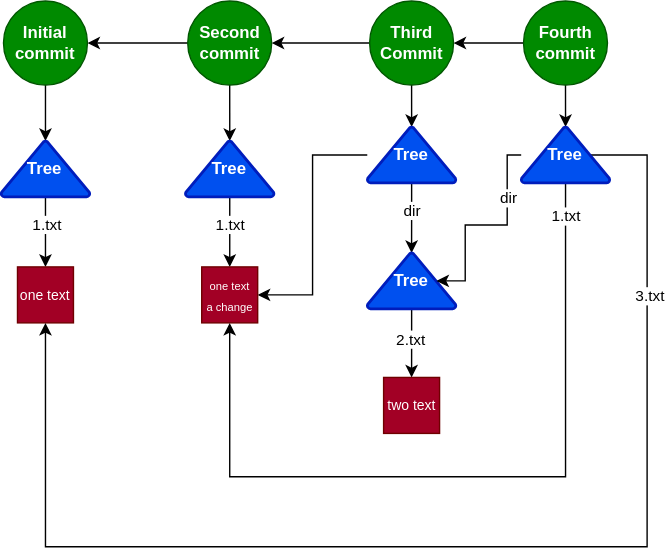
gbroques/git-internals-presentation keeps this draw.io diagram as img/fourthcommit.svg. Above is the earlier version. Source tidied: cells renumbered, new cells last; positions are measured from the earlier drawing's top-left corner, leaving out a move shared by most shapes.
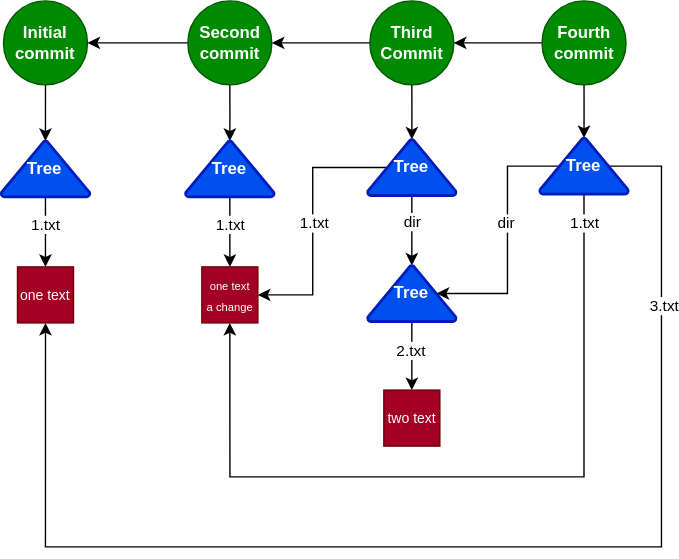
After the change.

Change to the diagram source:
```diff
@@ -19,11 +19,11 @@
         <mxPoint x="-6" y="-6" as="offset" />
       </mxGeometry>
     </mxCell>
-    <mxCell id="7" style="edgeStyle=orthogonalEdgeStyle;rounded=0;jettySize=auto;html=1;entryX=1;entryY=0.5;entryDx=0;entryDy=0;" parent="1" edge="1" source="8" target="25">
+    <mxCell id="7" style="edgeStyle=orthogonalEdgeStyle;rounded=0;jettySize=auto;html=1;entryX=1;entryY=0.5;entryDx=0;entryDy=0;exitX=0.22;exitY=0.5;exitDx=0;exitDy=0;exitPerimeter=0;" parent="1" edge="1" source="8" target="25">
       <mxGeometry relative="1" as="geometry" />
     </mxCell>
     <mxCell id="8" value="Tree" style="strokeWidth=2;html=1;shape=mxgraph.flowchart.extract_or_measurement;whiteSpace=wrap;fillColor=#0050ef;strokeColor=#001DBC;fontColor=#ffffff;fontStyle=1;" parent="1" vertex="1">
-      <mxGeometry x="262" y="90" width="63.3" height="40" as="geometry" />
+      <mxGeometry x="262" y="99" width="63.3" height="40" as="geometry" />
     </mxCell>
     <mxCell id="9" style="edgeStyle=orthogonalEdgeStyle;rounded=0;jettySize=auto;html=1;entryX=0.5;entryY=0;entryDx=0;entryDy=0;" parent="1" edge="1" source="11" target="12">
       <mxGeometry relative="1" as="geometry" />
@@ -34,10 +34,10 @@
       </mxGeometry>
     </mxCell>
     <mxCell id="11" value="Tree" style="strokeWidth=2;html=1;shape=mxgraph.flowchart.extract_or_measurement;whiteSpace=wrap;fillColor=#0050ef;strokeColor=#001DBC;fontColor=#ffffff;fontStyle=1;" parent="1" vertex="1">
-      <mxGeometry x="262" y="180" width="63.3" height="40" as="geometry" />
+      <mxGeometry x="262" y="189" width="63.3" height="40" as="geometry" />
     </mxCell>
     <mxCell id="12" value="&lt;span style=&quot;font-weight: normal&quot;&gt;&lt;font style=&quot;font-size: 10px&quot;&gt;two text&lt;/font&gt;&lt;/span&gt;" style="whiteSpace=wrap;html=1;fillColor=#a20025;strokeColor=#6F0000;fontColor=#ffffff;fontStyle=1;" parent="1" vertex="1">
-      <mxGeometry x="273.7" y="269" width="40" height="40" as="geometry" />
+      <mxGeometry x="273.7" y="278" width="40" height="40" as="geometry" />
     </mxCell>
     <mxCell id="13" style="edgeStyle=orthogonalEdgeStyle;rounded=0;jettySize=auto;html=1;" parent="1" edge="1" source="14" target="17">
       <mxGeometry relative="1" as="geometry" />
@@ -89,52 +89,55 @@
       <mxGeometry relative="1" as="geometry" />
     </mxCell>
     <mxCell id="28" value="Fourth commit" style="ellipse;whiteSpace=wrap;html=1;fillColor=#008a00;strokeColor=#005700;fontColor=#ffffff;fontStyle=1;" parent="1" vertex="1">
-      <mxGeometry x="373.7" width="60" height="60" as="geometry" />
+      <mxGeometry x="386.7" width="60" height="60" as="geometry" />
     </mxCell>
-    <mxCell id="29" style="edgeStyle=orthogonalEdgeStyle;rounded=0;jettySize=auto;html=1;entryX=0.78;entryY=0.5;entryDx=0;entryDy=0;entryPerimeter=0;" parent="1" edge="1" source="35" target="11">
+    <mxCell id="29" style="edgeStyle=orthogonalEdgeStyle;rounded=0;jettySize=auto;html=1;entryX=0.78;entryY=0.5;entryDx=0;entryDy=0;entryPerimeter=0;exitX=0.22;exitY=0.5;exitDx=0;exitDy=0;exitPerimeter=0;" parent="1" edge="1" source="35" target="11">
       <mxGeometry relative="1" as="geometry">
         <Array as="points">
-          <mxPoint x="362" y="110" />
-          <mxPoint x="362" y="160" />
-          <mxPoint x="332" y="160" />
-          <mxPoint x="332" y="200" />
+          <mxPoint x="362" y="118" />
+          <mxPoint x="362" y="209" />
         </Array>
       </mxGeometry>
     </mxCell>
     <mxCell id="30" value="dir" style="edgeLabel;html=1;align=center;verticalAlign=middle;fontColor=#000000;" parent="29" vertex="1">
       <mxGeometry x="-0.39" y="2" relative="1" as="geometry">
-        <mxPoint x="-2" y="-5.8" as="offset" />
+        <mxPoint x="-3" y="23" as="offset" />
       </mxGeometry>
     </mxCell>
     <mxCell id="31" style="edgeStyle=orthogonalEdgeStyle;rounded=0;jettySize=auto;html=1;entryX=0.5;entryY=1;entryDx=0;entryDy=0;fontColor=#000000;exitX=0.78;exitY=0.5;exitDx=0;exitDy=0;exitPerimeter=0;" parent="1" edge="1" source="35" target="18">
       <mxGeometry relative="1" as="geometry">
         <Array as="points">
-          <mxPoint x="462" y="110" />
-          <mxPoint x="462" y="390" />
+          <mxPoint x="472" y="118" />
+          <mxPoint x="472" y="390" />
           <mxPoint x="32" y="390" />
         </Array>
       </mxGeometry>
     </mxCell>
     <mxCell id="32" value="3.txt" style="edgeLabel;html=1;align=center;verticalAlign=middle;fontColor=#000000;" parent="31" vertex="1">
       <mxGeometry x="-0.93" y="-2" relative="1" as="geometry">
-        <mxPoint x="8" y="98" as="offset" />
+        <mxPoint x="5" y="98" as="offset" />
       </mxGeometry>
     </mxCell>
     <mxCell id="33" style="edgeStyle=orthogonalEdgeStyle;rounded=0;jettySize=auto;html=1;entryX=0.5;entryY=1;entryDx=0;entryDy=0;fontColor=#000000;" parent="1" edge="1" source="35" target="25">
       <mxGeometry relative="1" as="geometry">
         <Array as="points">
-          <mxPoint x="404" y="340" />
+          <mxPoint x="417" y="340" />
           <mxPoint x="164" y="340" />
         </Array>
       </mxGeometry>
     </mxCell>
     <mxCell id="34" value="1.txt" style="edgeLabel;html=1;align=center;verticalAlign=middle;fontColor=#000000;" parent="33" vertex="1">
       <mxGeometry x="-0.94" relative="1" as="geometry">
-        <mxPoint y="7" as="offset" />
+        <mxPoint y="4" as="offset" />
       </mxGeometry>
     </mxCell>
     <mxCell id="35" value="Tree" style="strokeWidth=2;html=1;shape=mxgraph.flowchart.extract_or_measurement;whiteSpace=wrap;fillColor=#0050ef;strokeColor=#001DBC;fontColor=#ffffff;fontStyle=1;" parent="1" vertex="1">
-      <mxGeometry x="372" y="90" width="63.3" height="40" as="geometry" />
+      <mxGeometry x="385" y="98" width="63.3" height="40" as="geometry" />
     </mxCell>
+    <mxCell id="36" value="1.txt" style="edgeLabel;html=1;align=center;verticalAlign=middle;fontColor=#000000;" parent="1" vertex="1">
+      <mxGeometry x="217.7" y="161.2" as="geometry">
+        <mxPoint x="6" y="-2" as="offset" />
+      </mxGeometry>
+    </mxCell>
   </root>
 </mxGraphModel>
```
